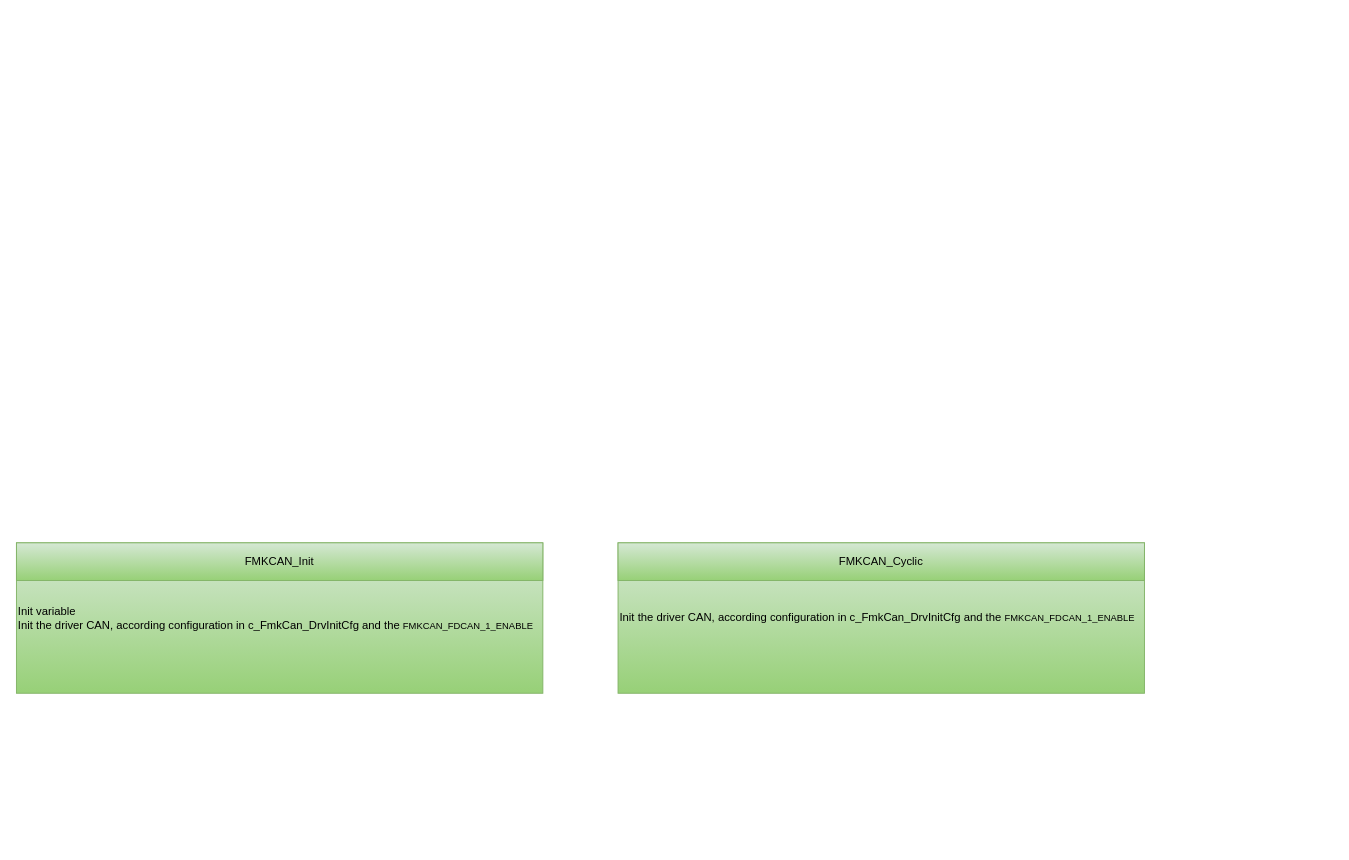
The draw.io diagram page "API" (3 of 15) of src/1_FMK/FMK_HAL/FMK_CAN/Doc/Architecture/FMK_CAN.drawio in mbarbeau0545/PickersRobotPOC, before the edit. Source tidied: cells renumbered, new cells numbered last; positions are measured from the earlier drawing's top-left corner, leaving out a move shared by most shapes. Both pictures are drawn from the tidied source at 94%, with x=0, y=0 at pixel (16, 542).
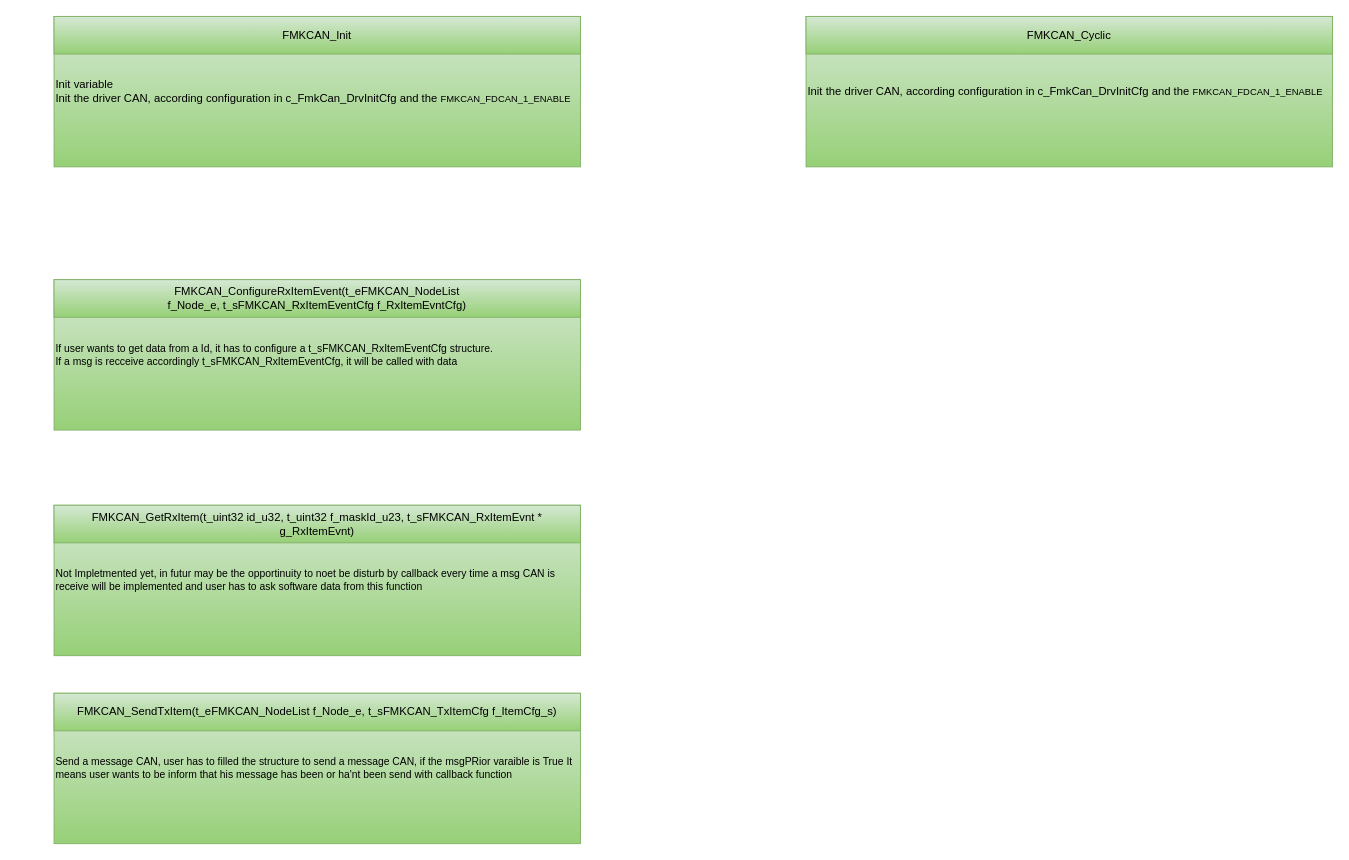
Above is the later version.

Commit message (it also covers changes not shown here):
Work on Can Architecture, Decided to make two Modules CAN one for CAN and other for FDCAN with same Public Structure Name

Diff of the diagram source:
```diff
@@
 <mxGraphModel>
   <root>
     <mxCell id="0" />
     <mxCell id="1" parent="0" />
     <mxCell id="2" style="group;" parent="1" vertex="1">
-      <mxGeometry width="560" height="160" as="geometry" />
+      <mxGeometry x="40" y="-560" width="560" height="160" as="geometry" />
     </mxCell>
     <mxCell id="3" value="&lt;div&gt;Init variable&lt;/div&gt;Init the driver CAN, according configuration in&lt;font style=&quot;font-size: 12px;&quot;&gt;&amp;nbsp;&lt;span style=&quot;text-wrap: nowrap;&quot;&gt;c_FmkCan_DrvInitCfg and the&amp;nbsp;&lt;/span&gt;&lt;span style=&quot;text-wrap: nowrap; font-size: 10px;&quot;&gt;FMKCAN_FDCAN_1_ENABLE&lt;/span&gt;&lt;span style=&quot;text-wrap: nowrap;&quot;&gt;&amp;nbsp;&lt;/span&gt;&lt;/font&gt;" style="rounded=0;whiteSpace=wrap;html=1;fillColor=#d5e8d4;gradientColor=#97d077;strokeColor=#82b366;fontColor=#000000;align=left;" parent="2" vertex="1">
       <mxGeometry width="560" height="160" as="geometry" />
     </mxCell>
     <mxCell id="4" value="FMKCAN_Init" style="rounded=0;whiteSpace=wrap;html=1;fillColor=#d5e8d4;gradientColor=#97d077;strokeColor=#82b366;fontColor=#000000;" parent="2" vertex="1">
       <mxGeometry width="560" height="40" as="geometry" />
     </mxCell>
     <mxCell id="5" style="group;" parent="1" vertex="1">
-      <mxGeometry x="640" width="560" height="160" as="geometry" />
+      <mxGeometry x="840" y="-560" width="560" height="160" as="geometry" />
     </mxCell>
     <mxCell id="6" value="Init the driver CAN, according configuration in&lt;font style=&quot;font-size: 12px;&quot;&gt;&amp;nbsp;&lt;span style=&quot;text-wrap: nowrap;&quot;&gt;c_FmkCan_DrvInitCfg and the&amp;nbsp;&lt;/span&gt;&lt;span style=&quot;text-wrap: nowrap; font-size: 10px;&quot;&gt;FMKCAN_FDCAN_1_ENABLE&lt;/span&gt;&lt;span style=&quot;text-wrap: nowrap;&quot;&gt;&amp;nbsp;&lt;/span&gt;&lt;/font&gt;" style="rounded=0;whiteSpace=wrap;html=1;fillColor=#d5e8d4;gradientColor=#97d077;strokeColor=#82b366;fontColor=#000000;align=left;" parent="5" vertex="1">
       <mxGeometry width="560" height="160" as="geometry" />
     </mxCell>
     <mxCell id="7" value="FMKCAN_Cyclic" style="rounded=0;whiteSpace=wrap;html=1;fillColor=#d5e8d4;gradientColor=#97d077;strokeColor=#82b366;fontColor=#000000;" parent="5" vertex="1">
       <mxGeometry width="560" height="40" as="geometry" />
     </mxCell>
+    <mxCell id="8" style="group;fontSize=11;" parent="1" vertex="1">
+      <mxGeometry x="40" y="-280" width="560" height="160" as="geometry" />
+    </mxCell>
+    <mxCell id="9" value="If user wants to get data from a Id, it has to configure a&amp;nbsp;&lt;span style=&quot;text-wrap: nowrap; font-size: 11px;&quot;&gt;t_sFMKCAN_RxItemEventCfg&lt;font style=&quot;font-size: 11px;&quot;&gt;&amp;nbsp;structure.&lt;/font&gt;&lt;/span&gt;&lt;div style=&quot;font-size: 11px;&quot;&gt;&lt;span style=&quot;text-wrap: nowrap; font-size: 11px;&quot;&gt;&lt;font style=&quot;font-size: 11px;&quot;&gt;If a msg is recceive accordingly&amp;nbsp;&lt;/font&gt;&lt;/span&gt;&lt;span style=&quot;background-color: initial; text-wrap: nowrap; font-size: 11px;&quot;&gt;t_sFMKCAN_RxItemEventCfg&lt;font style=&quot;font-size: 11px;&quot;&gt;, it will be called with data&lt;/font&gt;&lt;/span&gt;&lt;/div&gt;" style="rounded=0;whiteSpace=wrap;html=1;fillColor=#d5e8d4;gradientColor=#97d077;strokeColor=#82b366;fontColor=#000000;align=left;fontSize=11;" parent="8" vertex="1">
+      <mxGeometry width="560" height="160" as="geometry" />
+    </mxCell>
+    <mxCell id="10" value="FMKCAN_ConfigureRxItemEvent(t_eFMKCAN_NodeList f_Node_e,&amp;nbsp;&lt;span style=&quot;text-wrap: nowrap; text-align: left;&quot;&gt;t_sFMKCAN_RxItemEventCfg f_RxItemEvntCfg)&lt;/span&gt;" style="rounded=0;whiteSpace=wrap;html=1;fillColor=#d5e8d4;gradientColor=#97d077;strokeColor=#82b366;fontColor=#000000;" parent="8" vertex="1">
+      <mxGeometry width="560" height="40" as="geometry" />
+    </mxCell>
+    <mxCell id="11" style="group;fontSize=11;" parent="1" vertex="1">
+      <mxGeometry x="40" y="-40" width="560" height="160" as="geometry" />
+    </mxCell>
+    <mxCell id="12" value="Not Impletmented yet, in futur may be the opportinuity to noet be disturb by callback every time a msg CAN is receive will be implemented and user has to ask software data from this function" style="rounded=0;whiteSpace=wrap;html=1;fillColor=#d5e8d4;gradientColor=#97d077;strokeColor=#82b366;fontColor=#000000;align=left;fontSize=11;" parent="11" vertex="1">
+      <mxGeometry width="560" height="160" as="geometry" />
+    </mxCell>
+    <mxCell id="13" value="FMKCAN_GetRxItem(t_uint32 id_u32, t_uint32 f_maskId_u23, t_sFMKCAN_RxItemEvnt * g_RxItemEvnt&lt;span style=&quot;text-wrap: nowrap; text-align: left;&quot;&gt;)&lt;/span&gt;" style="rounded=0;whiteSpace=wrap;html=1;fillColor=#d5e8d4;gradientColor=#97d077;strokeColor=#82b366;fontColor=#000000;" parent="11" vertex="1">
+      <mxGeometry width="560" height="40" as="geometry" />
+    </mxCell>
+    <mxCell id="14" style="group;fontSize=11;" parent="1" vertex="1">
+      <mxGeometry x="40" y="160" width="560" height="160" as="geometry" />
+    </mxCell>
+    <mxCell id="15" value="Send a message CAN, user has to filled the structure to send a message CAN, if the msgPRior varaible is True It means user wants to be inform that his message has been or ha'nt been send with callback function&amp;nbsp;" style="rounded=0;whiteSpace=wrap;html=1;fillColor=#d5e8d4;gradientColor=#97d077;strokeColor=#82b366;fontColor=#000000;align=left;fontSize=11;" parent="14" vertex="1">
+      <mxGeometry width="560" height="160" as="geometry" />
+    </mxCell>
+    <mxCell id="16" value="&lt;p style=&quot;line-height: 90%;&quot;&gt;FMKCAN_SendTxItem(t_eFMKCAN_NodeList f_Node_e,&amp;nbsp;&lt;span style=&quot;text-wrap: nowrap; text-align: left;&quot;&gt;t_sFMKCAN_TxItemCfg f_ItemCfg_s&lt;/span&gt;&lt;span style=&quot;text-wrap: nowrap; text-align: left;&quot;&gt;)&lt;/span&gt;&lt;br&gt;&lt;/p&gt;" style="rounded=0;whiteSpace=wrap;html=1;fillColor=#d5e8d4;gradientColor=#97d077;strokeColor=#82b366;fontColor=#000000;" parent="14" vertex="1">
+      <mxGeometry width="560" height="40" as="geometry" />
+    </mxCell>
   </root>
 </mxGraphModel>
```
